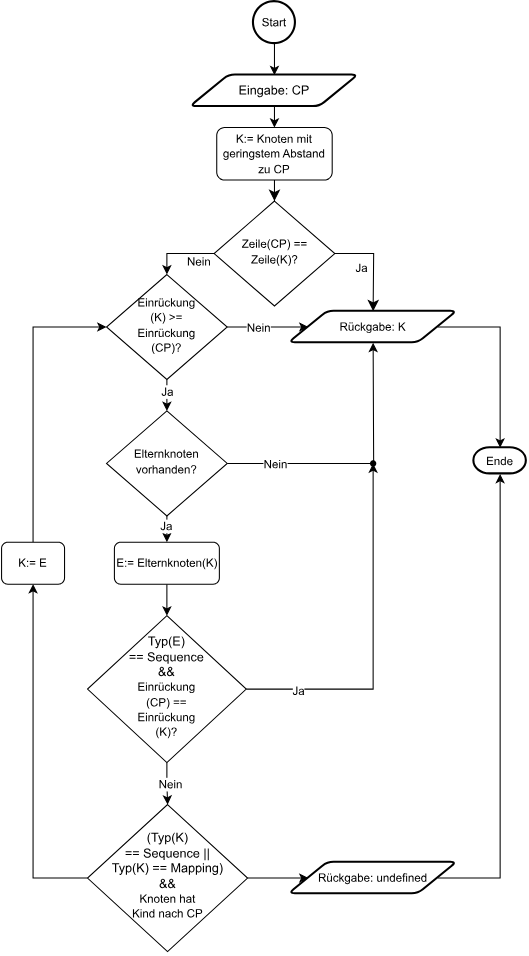
Before: src/images/flowchart-get-node-from-offset.svg, a diagram exported from draw.io (nhahn1312/bachelorthesis_kubernetes_autocompletion). Source tidied: cells renumbered, new cells last; positions are measured from the earlier drawing's top-left corner, leaving out a move shared by most shapes. The source it was exported from:
```xml
<mxGraphModel>
  <root>
    <mxCell id="0" />
    <mxCell id="1" parent="0" />
    <mxCell id="2" style="rounded=0;html=1;jettySize=auto;fontSize=11;endArrow=classic;endFill=1;endSize=8;strokeWidth=1;shadow=0;labelBackgroundColor=none;edgeStyle=orthogonalEdgeStyle;" parent="1" edge="1" source="3" target="8">
      <mxGeometry relative="1" as="geometry" />
    </mxCell>
    <mxCell id="3" value="&lt;span style=&quot;font-size: 11px;&quot;&gt;K:= Knoten mit geringstem Abstand zu CP&lt;/span&gt;" style="rounded=1;whiteSpace=wrap;html=1;fontSize=12;glass=0;strokeWidth=1;shadow=0;" parent="1" vertex="1">
      <mxGeometry x="205" y="120" width="110" height="50" as="geometry" />
    </mxCell>
    <mxCell id="4" style="edgeStyle=orthogonalEdgeStyle;rounded=0;html=1;jettySize=auto;fontSize=11;endArrow=classic;endFill=1;endSize=8;strokeWidth=1;shadow=0;labelBackgroundColor=none;entryX=0.5;entryY=0;entryDx=0;entryDy=0;entryPerimeter=0;" parent="1" edge="1" source="8">
      <mxGeometry y="10" relative="1" as="geometry">
        <mxPoint x="354" y="295" as="targetPoint" />
      </mxGeometry>
    </mxCell>
    <mxCell id="5" value="Ja" style="edgeLabel;html=1;align=center;verticalAlign=middle;" parent="4" vertex="1">
      <mxGeometry x="0.14" y="-1" relative="1" as="geometry">
        <mxPoint x="-11" y="-1" as="offset" />
      </mxGeometry>
    </mxCell>
    <mxCell id="6" style="edgeStyle=orthogonalEdgeStyle;rounded=0;jettySize=auto;html=1;exitX=0;exitY=0.5;exitDx=0;exitDy=0;entryX=0.5;entryY=0;entryDx=0;entryDy=0;" parent="1" edge="1" source="8" target="15">
      <mxGeometry relative="1" as="geometry" />
    </mxCell>
    <mxCell id="7" value="Nein" style="edgeLabel;html=1;align=center;verticalAlign=middle;" parent="6" vertex="1">
      <mxGeometry x="-0.51" y="-1" relative="1" as="geometry">
        <mxPoint x="1" y="8" as="offset" />
      </mxGeometry>
    </mxCell>
    <mxCell id="8" value="&lt;span style=&quot;font-size: 11px;&quot;&gt;Zeile(CP) ==&lt;br&gt;Zeile(K)?&lt;br&gt;&lt;/span&gt;" style="rhombus;whiteSpace=wrap;html=1;shadow=0;fontFamily=Helvetica;fontSize=12;align=center;strokeWidth=1;spacing=6;spacingTop=-4;" parent="1" vertex="1">
      <mxGeometry x="202.5" y="190" width="115" height="100" as="geometry" />
    </mxCell>
    <mxCell id="9" style="edgeStyle=orthogonalEdgeStyle;rounded=0;jettySize=auto;html=1;exitX=0.5;exitY=1;exitDx=0;exitDy=0;exitPerimeter=0;entryX=0.5;entryY=0;entryDx=0;entryDy=0;" parent="1" edge="1" source="10" target="19">
      <mxGeometry relative="1" as="geometry" />
    </mxCell>
    <mxCell id="10" value="&lt;font style=&quot;font-size: 11px;&quot;&gt;Start&lt;/font&gt;" style="strokeWidth=2;html=1;shape=mxgraph.flowchart.start_2;whiteSpace=wrap;" parent="1" vertex="1">
      <mxGeometry x="240" width="40" height="40" as="geometry" />
    </mxCell>
    <mxCell id="11" style="edgeStyle=orthogonalEdgeStyle;rounded=0;jettySize=auto;html=1;exitX=1;exitY=0.5;exitDx=0;exitDy=0;entryX=0;entryY=0.5;entryDx=0;entryDy=0;" parent="1" edge="1" source="15" target="31">
      <mxGeometry relative="1" as="geometry" />
    </mxCell>
    <mxCell id="12" value="Nein" style="edgeLabel;html=1;align=center;verticalAlign=middle;" parent="11" vertex="1">
      <mxGeometry x="-0.17" y="-1" relative="1" as="geometry">
        <mxPoint x="-3" y="-1" as="offset" />
      </mxGeometry>
    </mxCell>
    <mxCell id="13" style="edgeStyle=orthogonalEdgeStyle;rounded=0;jettySize=auto;html=1;exitX=0.5;exitY=1;exitDx=0;exitDy=0;entryX=0.5;entryY=0;entryDx=0;entryDy=0;" parent="1" edge="1" source="15" target="22">
      <mxGeometry relative="1" as="geometry" />
    </mxCell>
    <mxCell id="14" value="Ja" style="edgeLabel;html=1;align=center;verticalAlign=middle;" parent="13" vertex="1">
      <mxGeometry x="-0.26" relative="1" as="geometry" />
    </mxCell>
    <mxCell id="15" value="&lt;span style=&quot;font-size: 11px;&quot;&gt;Einrückung&lt;br&gt;(K) &amp;gt;= &lt;br&gt;Einrückung&lt;br&gt;(CP)?&lt;/span&gt;" style="rhombus;whiteSpace=wrap;html=1;shadow=0;fontFamily=Helvetica;fontSize=12;align=center;strokeWidth=1;spacing=6;spacingTop=-4;" parent="1" vertex="1">
      <mxGeometry x="100" y="260" width="115" height="100" as="geometry" />
    </mxCell>
    <mxCell id="16" style="edgeStyle=orthogonalEdgeStyle;rounded=0;jettySize=auto;html=1;entryX=0.5;entryY=0;entryDx=0;entryDy=0;" parent="1" edge="1" source="17" target="27">
      <mxGeometry relative="1" as="geometry" />
    </mxCell>
    <mxCell id="17" value="&lt;span style=&quot;font-size: 11px;&quot;&gt;E:= Elternknoten(K)&lt;/span&gt;" style="rounded=1;whiteSpace=wrap;html=1;fontSize=12;glass=0;strokeWidth=1;shadow=0;" parent="1" vertex="1">
      <mxGeometry x="107.5" y="515" width="100" height="40" as="geometry" />
    </mxCell>
    <mxCell id="18" style="edgeStyle=orthogonalEdgeStyle;rounded=0;jettySize=auto;html=1;exitX=0.5;exitY=1;exitDx=0;exitDy=0;entryX=0.5;entryY=0;entryDx=0;entryDy=0;" parent="1" edge="1" source="19" target="3">
      <mxGeometry relative="1" as="geometry" />
    </mxCell>
    <mxCell id="19" value="Eingabe: CP" style="shape=parallelogram;html=1;strokeWidth=2;perimeter=parallelogramPerimeter;whiteSpace=wrap;rounded=1;arcSize=12;size=0.23;" parent="1" vertex="1">
      <mxGeometry x="180" y="70" width="160" height="30" as="geometry" />
    </mxCell>
    <mxCell id="20" style="edgeStyle=orthogonalEdgeStyle;rounded=0;jettySize=auto;html=1;exitX=0.5;exitY=1;exitDx=0;exitDy=0;entryX=0.5;entryY=0;entryDx=0;entryDy=0;" parent="1" edge="1" source="22" target="17">
      <mxGeometry relative="1" as="geometry" />
    </mxCell>
    <mxCell id="21" value="Ja" style="edgeLabel;html=1;align=center;verticalAlign=middle;" parent="20" vertex="1">
      <mxGeometry x="-0.27" y="-1" relative="1" as="geometry" />
    </mxCell>
    <mxCell id="22" value="&lt;span style=&quot;font-size: 11px;&quot;&gt;Elternknoten vorhanden?&lt;/span&gt;" style="rhombus;whiteSpace=wrap;html=1;shadow=0;fontFamily=Helvetica;fontSize=12;align=center;strokeWidth=1;spacing=6;spacingTop=-4;" parent="1" vertex="1">
      <mxGeometry x="100" y="390" width="115" height="100" as="geometry" />
    </mxCell>
    <mxCell id="23" style="edgeStyle=orthogonalEdgeStyle;rounded=0;jettySize=auto;html=1;exitX=1;exitY=0.5;exitDx=0;exitDy=0;entryX=0.5;entryY=1;entryDx=0;entryDy=0;entryPerimeter=0;" parent="1" edge="1" source="22">
      <mxGeometry relative="1" as="geometry">
        <mxPoint x="354" y="325" as="targetPoint" />
      </mxGeometry>
    </mxCell>
    <mxCell id="24" value="Nein" style="edgeLabel;html=1;align=center;verticalAlign=middle;" parent="23" vertex="1">
      <mxGeometry x="-0.57" y="2" relative="1" as="geometry">
        <mxPoint x="-10" y="2" as="offset" />
      </mxGeometry>
    </mxCell>
    <mxCell id="25" style="edgeStyle=orthogonalEdgeStyle;rounded=0;jettySize=auto;html=1;exitX=0.5;exitY=1;exitDx=0;exitDy=0;" parent="1" edge="1" source="27" target="36">
      <mxGeometry relative="1" as="geometry" />
    </mxCell>
    <mxCell id="26" value="Nein" style="edgeLabel;html=1;align=center;verticalAlign=middle;" parent="25" vertex="1">
      <mxGeometry x="0.01" y="2" relative="1" as="geometry" />
    </mxCell>
    <mxCell id="27" value="Typ(E) &lt;br&gt;== Sequence&lt;br&gt;&amp;amp;&amp;amp; &lt;br&gt;&lt;span style=&quot;font-size: 11px;&quot;&gt;Einrückung&lt;/span&gt;&lt;br style=&quot;border-color: var(--border-color); font-size: 11px;&quot;&gt;&lt;span style=&quot;font-size: 11px;&quot;&gt;(CP) ==&lt;/span&gt;&lt;br style=&quot;border-color: var(--border-color); font-size: 11px;&quot;&gt;&lt;span style=&quot;font-size: 11px;&quot;&gt;Einrückung&lt;/span&gt;&lt;br style=&quot;border-color: var(--border-color); font-size: 11px;&quot;&gt;&lt;span style=&quot;font-size: 11px;&quot;&gt;(K)?&lt;/span&gt;&lt;span style=&quot;font-size: 11px;&quot;&gt;&lt;br&gt;&lt;/span&gt;" style="rhombus;whiteSpace=wrap;html=1;shadow=0;fontFamily=Helvetica;fontSize=12;align=center;strokeWidth=1;spacing=6;spacingTop=-4;" parent="1" vertex="1">
      <mxGeometry x="81.9" y="585" width="151.2" height="140" as="geometry" />
    </mxCell>
    <mxCell id="28" style="edgeStyle=orthogonalEdgeStyle;rounded=0;jettySize=auto;html=1;exitX=1;exitY=0.5;exitDx=0;exitDy=0;" parent="1" edge="1" source="27" target="30">
      <mxGeometry relative="1" as="geometry" />
    </mxCell>
    <mxCell id="29" value="Ja" style="edgeLabel;html=1;align=center;verticalAlign=middle;" parent="28" vertex="1">
      <mxGeometry x="-0.71" y="-1" relative="1" as="geometry" />
    </mxCell>
    <mxCell id="30" style="shape=waypoint;sketch=0;fillStyle=solid;size=6;points=[];fillColor=none;perimeter=centerPerimeter;snapToPoint=1;" parent="1" vertex="1">
      <mxGeometry x="344" y="430" width="20" height="20" as="geometry" />
    </mxCell>
    <mxCell id="31" value="&lt;font style=&quot;font-size: 11px;&quot;&gt;Rückgabe: K&lt;/font&gt;" style="shape=parallelogram;html=1;strokeWidth=2;perimeter=parallelogramPerimeter;whiteSpace=wrap;rounded=1;arcSize=12;size=0.23;" parent="1" vertex="1">
      <mxGeometry x="274" y="295" width="160" height="30" as="geometry" />
    </mxCell>
    <mxCell id="32" value="&lt;font style=&quot;font-size: 11px;&quot;&gt;Ende&lt;/font&gt;" style="strokeWidth=2;html=1;shape=mxgraph.flowchart.terminator;whiteSpace=wrap;" parent="1" vertex="1">
      <mxGeometry x="450" y="425" width="50" height="25" as="geometry" />
    </mxCell>
    <mxCell id="33" style="edgeStyle=orthogonalEdgeStyle;rounded=0;jettySize=auto;html=1;exitX=1;exitY=0.5;exitDx=0;exitDy=0;entryX=0.5;entryY=0;entryDx=0;entryDy=0;entryPerimeter=0;" parent="1" edge="1" source="31" target="32">
      <mxGeometry relative="1" as="geometry" />
    </mxCell>
    <mxCell id="34" style="edgeStyle=orthogonalEdgeStyle;rounded=0;jettySize=auto;html=1;exitX=0;exitY=0.5;exitDx=0;exitDy=0;entryX=0.5;entryY=1;entryDx=0;entryDy=0;" parent="1" edge="1" source="36" target="38">
      <mxGeometry relative="1" as="geometry" />
    </mxCell>
    <mxCell id="35" style="edgeStyle=orthogonalEdgeStyle;rounded=0;jettySize=auto;html=1;exitX=1;exitY=0.5;exitDx=0;exitDy=0;entryX=0;entryY=0.5;entryDx=0;entryDy=0;" parent="1" edge="1" source="36" target="39">
      <mxGeometry relative="1" as="geometry" />
    </mxCell>
    <mxCell id="36" value="(Typ(K) &lt;br&gt;== Sequence ||&lt;br&gt;Typ(K) == Mapping)&lt;br&gt;&amp;amp;&amp;amp; &lt;br&gt;&lt;span style=&quot;font-size: 11px;&quot;&gt;Knoten hat &lt;br&gt;Kind nach CP&lt;br&gt;&lt;/span&gt;" style="rhombus;whiteSpace=wrap;html=1;shadow=0;fontFamily=Helvetica;fontSize=12;align=center;strokeWidth=1;spacing=6;spacingTop=-4;" parent="1" vertex="1">
      <mxGeometry x="81.9" y="765" width="152.5" height="140" as="geometry" />
    </mxCell>
    <mxCell id="37" style="edgeStyle=orthogonalEdgeStyle;rounded=0;jettySize=auto;html=1;exitX=0.5;exitY=0;exitDx=0;exitDy=0;entryX=0;entryY=0.5;entryDx=0;entryDy=0;" parent="1" edge="1" source="38" target="15">
      <mxGeometry relative="1" as="geometry" />
    </mxCell>
    <mxCell id="38" value="&lt;span style=&quot;font-size: 11px;&quot;&gt;K:= E&lt;/span&gt;" style="rounded=1;whiteSpace=wrap;html=1;fontSize=12;glass=0;strokeWidth=1;shadow=0;" parent="1" vertex="1">
      <mxGeometry y="515" width="60" height="40" as="geometry" />
    </mxCell>
    <mxCell id="39" value="&lt;font style=&quot;font-size: 11px;&quot;&gt;Rückgabe: undefined&lt;/font&gt;" style="shape=parallelogram;html=1;strokeWidth=2;perimeter=parallelogramPerimeter;whiteSpace=wrap;rounded=1;arcSize=12;size=0.23;" parent="1" vertex="1">
      <mxGeometry x="274" y="820" width="160" height="30" as="geometry" />
    </mxCell>
    <mxCell id="40" style="edgeStyle=orthogonalEdgeStyle;rounded=0;jettySize=auto;html=1;exitX=1;exitY=0.5;exitDx=0;exitDy=0;entryX=0.5;entryY=1;entryDx=0;entryDy=0;entryPerimeter=0;" parent="1" edge="1" source="39" target="32">
      <mxGeometry relative="1" as="geometry" />
    </mxCell>
  </root>
</mxGraphModel>
```
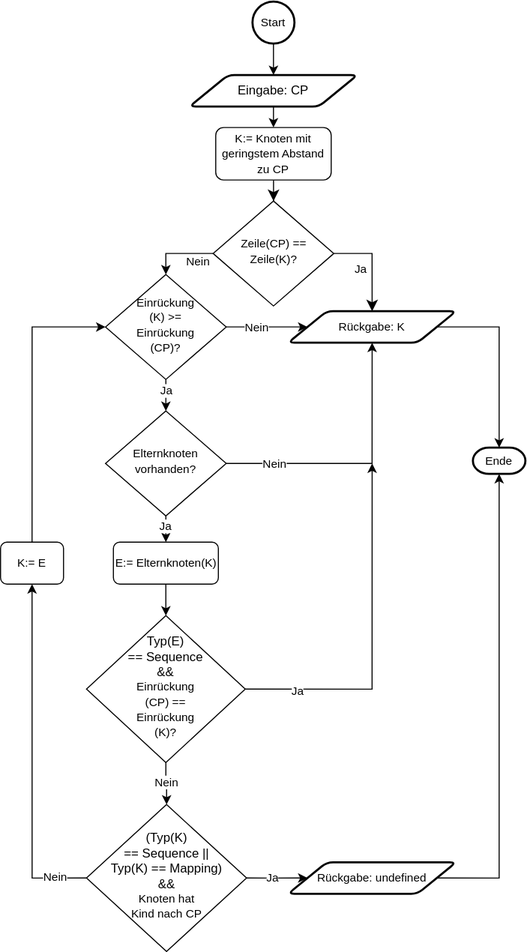
After the commit.

Diff of the diagram source:
```diff
@@ -92,15 +92,14 @@
     <mxCell id="27" value="Typ(E) &lt;br&gt;== Sequence&lt;br&gt;&amp;amp;&amp;amp; &lt;br&gt;&lt;span style=&quot;font-size: 11px;&quot;&gt;Einrückung&lt;/span&gt;&lt;br style=&quot;border-color: var(--border-color); font-size: 11px;&quot;&gt;&lt;span style=&quot;font-size: 11px;&quot;&gt;(CP) ==&lt;/span&gt;&lt;br style=&quot;border-color: var(--border-color); font-size: 11px;&quot;&gt;&lt;span style=&quot;font-size: 11px;&quot;&gt;Einrückung&lt;/span&gt;&lt;br style=&quot;border-color: var(--border-color); font-size: 11px;&quot;&gt;&lt;span style=&quot;font-size: 11px;&quot;&gt;(K)?&lt;/span&gt;&lt;span style=&quot;font-size: 11px;&quot;&gt;&lt;br&gt;&lt;/span&gt;" style="rhombus;whiteSpace=wrap;html=1;shadow=0;fontFamily=Helvetica;fontSize=12;align=center;strokeWidth=1;spacing=6;spacingTop=-4;" parent="1" vertex="1">
       <mxGeometry x="81.9" y="585" width="151.2" height="140" as="geometry" />
     </mxCell>
-    <mxCell id="28" style="edgeStyle=orthogonalEdgeStyle;rounded=0;jettySize=auto;html=1;exitX=1;exitY=0.5;exitDx=0;exitDy=0;" parent="1" edge="1" source="27" target="30">
-      <mxGeometry relative="1" as="geometry" />
+    <mxCell id="28" style="edgeStyle=orthogonalEdgeStyle;rounded=0;jettySize=auto;html=1;exitX=1;exitY=0.5;exitDx=0;exitDy=0;" parent="1" edge="1" source="27">
+      <mxGeometry relative="1" as="geometry">
+        <mxPoint x="354" y="440" as="targetPoint" />
+      </mxGeometry>
     </mxCell>
     <mxCell id="29" value="Ja" style="edgeLabel;html=1;align=center;verticalAlign=middle;" parent="28" vertex="1">
       <mxGeometry x="-0.71" y="-1" relative="1" as="geometry" />
     </mxCell>
-    <mxCell id="30" style="shape=waypoint;sketch=0;fillStyle=solid;size=6;points=[];fillColor=none;perimeter=centerPerimeter;snapToPoint=1;" parent="1" vertex="1">
-      <mxGeometry x="344" y="430" width="20" height="20" as="geometry" />
-    </mxCell>
     <mxCell id="31" value="&lt;font style=&quot;font-size: 11px;&quot;&gt;Rückgabe: K&lt;/font&gt;" style="shape=parallelogram;html=1;strokeWidth=2;perimeter=parallelogramPerimeter;whiteSpace=wrap;rounded=1;arcSize=12;size=0.23;" parent="1" vertex="1">
       <mxGeometry x="274" y="295" width="160" height="30" as="geometry" />
     </mxCell>
@@ -113,9 +112,15 @@
     <mxCell id="34" style="edgeStyle=orthogonalEdgeStyle;rounded=0;jettySize=auto;html=1;exitX=0;exitY=0.5;exitDx=0;exitDy=0;entryX=0.5;entryY=1;entryDx=0;entryDy=0;" parent="1" edge="1" source="36" target="38">
       <mxGeometry relative="1" as="geometry" />
     </mxCell>
+    <mxCell id="41" value="Nein" style="edgeLabel;html=1;align=center;verticalAlign=middle;" parent="34" vertex="1">
+      <mxGeometry x="-0.82" y="-2" relative="1" as="geometry" />
+    </mxCell>
     <mxCell id="35" style="edgeStyle=orthogonalEdgeStyle;rounded=0;jettySize=auto;html=1;exitX=1;exitY=0.5;exitDx=0;exitDy=0;entryX=0;entryY=0.5;entryDx=0;entryDy=0;" parent="1" edge="1" source="36" target="39">
       <mxGeometry relative="1" as="geometry" />
     </mxCell>
+    <mxCell id="42" value="Ja" style="edgeLabel;html=1;align=center;verticalAlign=middle;" parent="35" vertex="1">
+      <mxGeometry x="-0.16" y="1" relative="1" as="geometry" />
+    </mxCell>
     <mxCell id="36" value="(Typ(K) &lt;br&gt;== Sequence ||&lt;br&gt;Typ(K) == Mapping)&lt;br&gt;&amp;amp;&amp;amp; &lt;br&gt;&lt;span style=&quot;font-size: 11px;&quot;&gt;Knoten hat &lt;br&gt;Kind nach CP&lt;br&gt;&lt;/span&gt;" style="rhombus;whiteSpace=wrap;html=1;shadow=0;fontFamily=Helvetica;fontSize=12;align=center;strokeWidth=1;spacing=6;spacingTop=-4;" parent="1" vertex="1">
       <mxGeometry x="81.9" y="765" width="152.5" height="140" as="geometry" />
     </mxCell>
```
